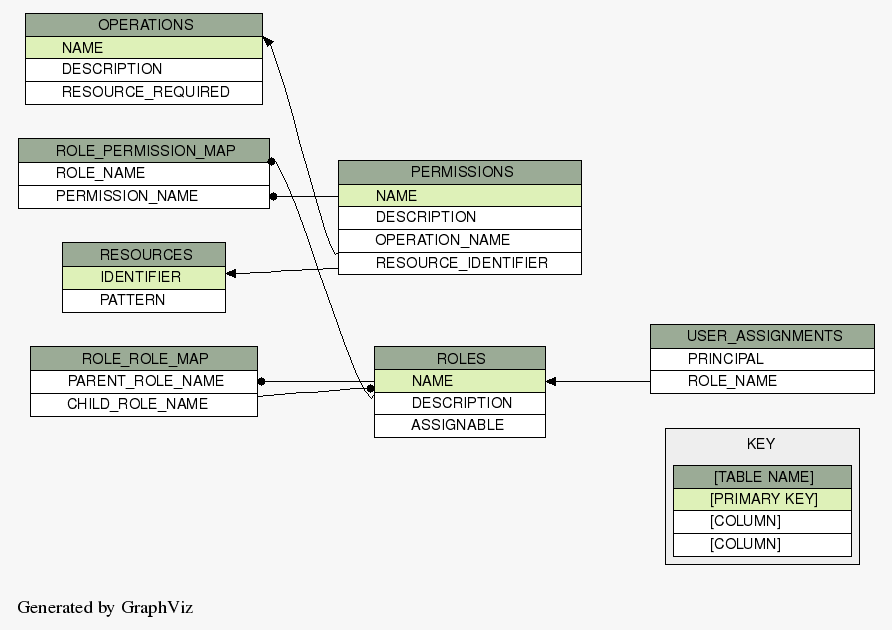
codehaus-plexus/plexus-pom keeps this Graphviz diagram as plexus-sandbox/plexus-components/plexus-security/authorization/rbac/stores/jdo/src/site/db-schema.png. Above is the earlier version. Its source is kept beside it as plexus-sandbox/plexus-components/plexus-security/authorization/rbac/stores/jdo/src/site/db-schema.dot.
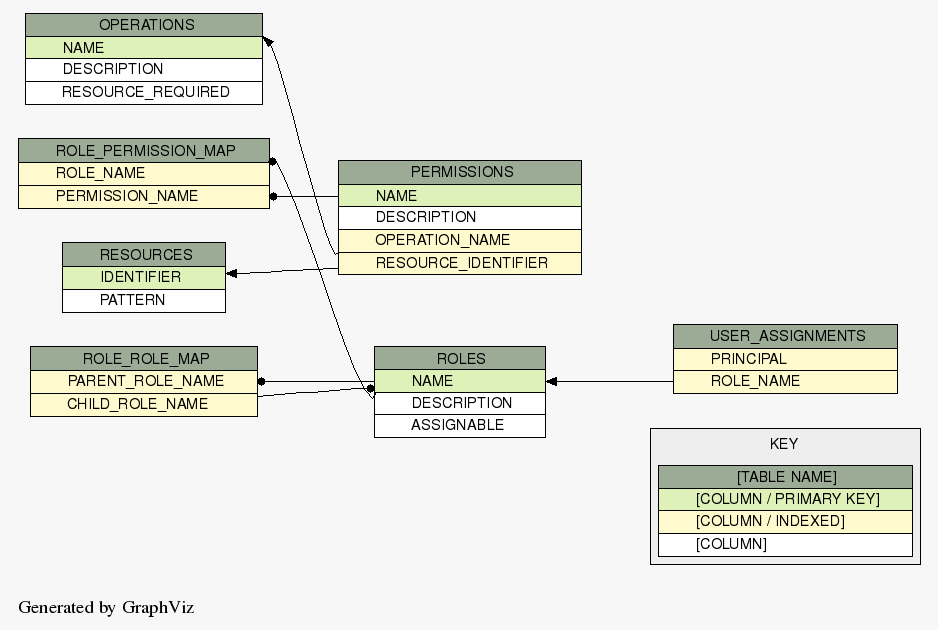
After the change.

Commit message:
Added indicator for indexed column

Change to the diagram source:
```diff
@@ -27,10 +27,10 @@
         [TABLE NAME]
       </TD></TR>
       <TR><TD ALIGN="LEFT" BGCOLOR="#def1b8">
-        [PRIMARY KEY]
+        [COLUMN / PRIMARY KEY]
       </TD></TR>
-      <TR><TD ALIGN="LEFT">
-        [COLUMN]
+      <TR><TD ALIGN="LEFT" BGCOLOR="#fffacd">
+        [COLUMN / INDEXED]
       </TD></TR>
       <TR><TD ALIGN="LEFT">
         [COLUMN]
@@ -64,10 +64,10 @@
       <TR><TD PORT="ROLE_PERMISSION_MAP.heading" BGCOLOR="#9bab96" ALIGN="CENTER">
         ROLE_PERMISSION_MAP
       </TD></TR>
-      <TR><TD PORT="ROLE_NAME" ALIGN="LEFT">
+      <TR><TD PORT="ROLE_NAME" ALIGN="LEFT" BGCOLOR="#fffacd">
         ROLE_NAME
       </TD></TR>
-      <TR><TD PORT="PERMISSION_NAME" ALIGN="LEFT">
+      <TR><TD PORT="PERMISSION_NAME" ALIGN="LEFT" BGCOLOR="#fffacd">
         PERMISSION_NAME
       </TD></TR>
     </TABLE>>
@@ -79,10 +79,10 @@
       <TR><TD PORT="ROLE_ROLE_MAP.heading" BGCOLOR="#9bab96" ALIGN="CENTER">
         ROLE_ROLE_MAP
       </TD></TR>
-      <TR><TD PORT="PARENT_ROLE_NAME" ALIGN="LEFT">
+      <TR><TD PORT="PARENT_ROLE_NAME" ALIGN="LEFT" BGCOLOR="#fffacd">
         PARENT_ROLE_NAME
       </TD></TR>
-      <TR><TD PORT="CHILD_ROLE_NAME" ALIGN="LEFT">
+      <TR><TD PORT="CHILD_ROLE_NAME" ALIGN="LEFT" BGCOLOR="#fffacd">
         CHILD_ROLE_NAME
       </TD></TR>
     </TABLE>>
@@ -100,10 +100,10 @@
       <TR><TD PORT="DESCRIPTION" ALIGN="LEFT">
         DESCRIPTION
       </TD></TR>
-      <TR><TD PORT="OPERATION_NAME" ALIGN="LEFT">
+      <TR><TD PORT="OPERATION_NAME" ALIGN="LEFT" BGCOLOR="#fffacd">
         OPERATION_NAME
       </TD></TR>
-      <TR><TD PORT="RESOURCE_IDENTIFIER" ALIGN="LEFT">
+      <TR><TD PORT="RESOURCE_IDENTIFIER" ALIGN="LEFT" BGCOLOR="#fffacd">
         RESOURCE_IDENTIFIER
       </TD></TR>
     </TABLE>>
@@ -148,10 +148,10 @@
       <TR><TD PORT="USER_ASSIGNMENTS.heading" BGCOLOR="#9bab96" ALIGN="CENTER">
         USER_ASSIGNMENTS
       </TD></TR>
-      <TR><TD PORT="PRINCIPAL" ALIGN="LEFT">
+      <TR><TD PORT="PRINCIPAL" ALIGN="LEFT" BGCOLOR="#fffacd">
         PRINCIPAL
       </TD></TR>
-      <TR><TD PORT="ROLE_NAME" ALIGN="LEFT">
+      <TR><TD PORT="ROLE_NAME" ALIGN="LEFT" BGCOLOR="#fffacd">
         ROLE_NAME
       </TD></TR>
     </TABLE>>
```
